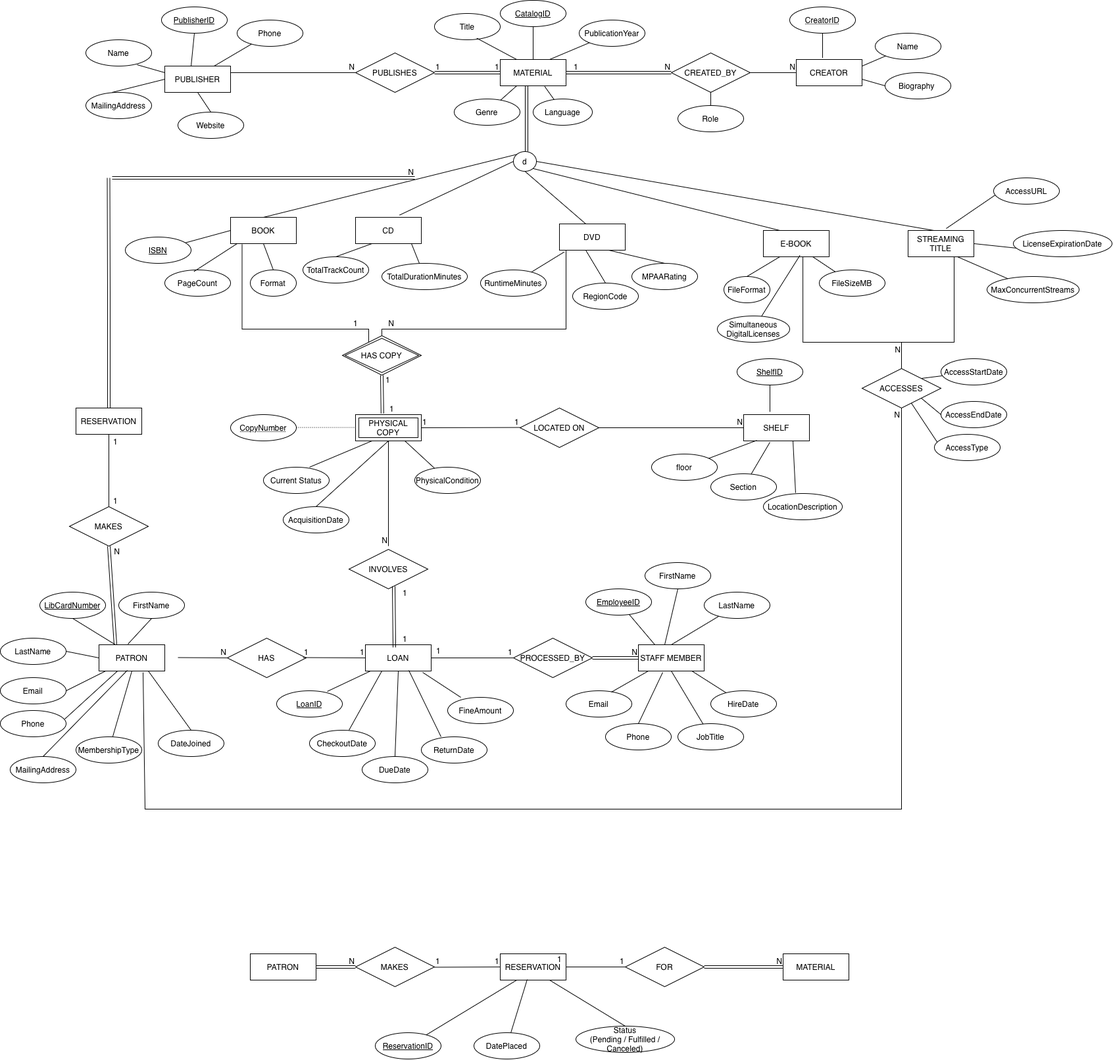
Before: Untitled Diagram.drawio.png, a diagram exported from draw.io (nifemiolayiwola/ER-diagram). Source tidied: cells renumbered, new cells last; positions are measured from the earlier drawing's top-left corner, leaving out a move shared by most shapes.
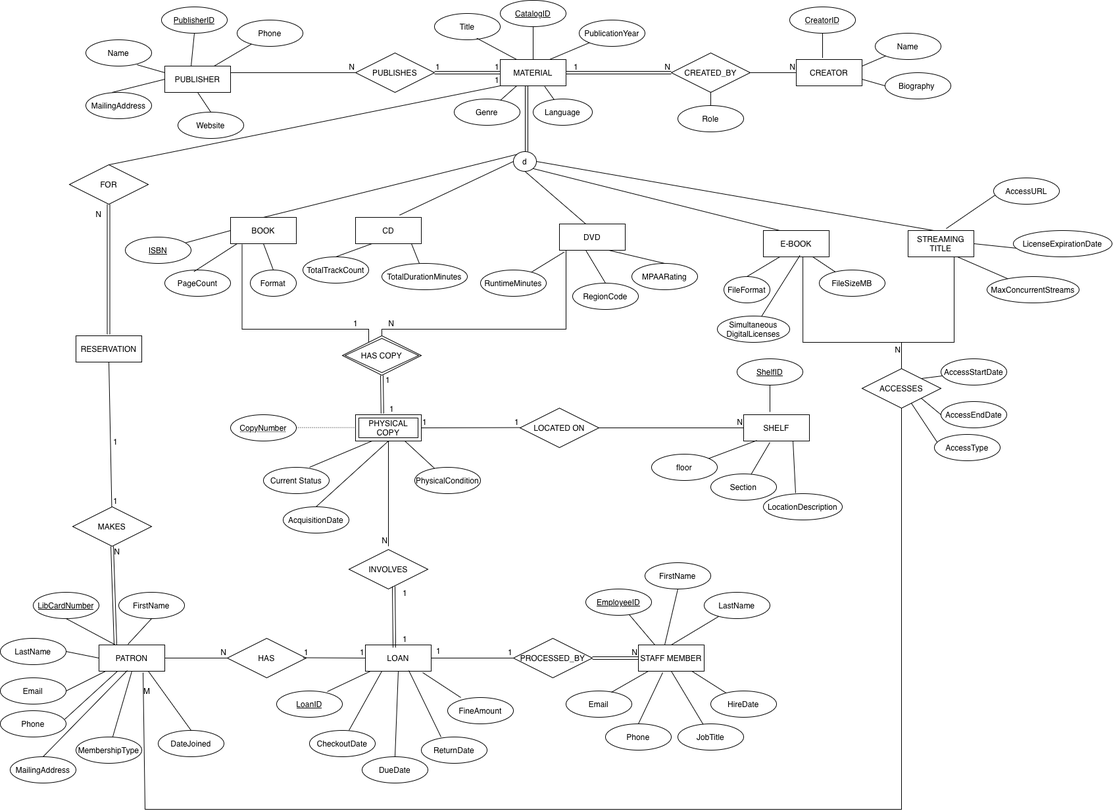
After the change.

Change to the diagram source:
```diff
@@ -424,79 +424,6 @@
     <mxCell id="127" style="edgeStyle=orthogonalEdgeStyle;rounded=0;orthogonalLoop=1;jettySize=auto;html=1;innerLoopWaypoints=1;exitX=0.5;exitY=1;exitDx=0;exitDy=0;" parent="1" edge="1" source="2" target="2">
       <mxGeometry relative="1" as="geometry" />
     </mxCell>
-    <mxCell id="128" style="endArrow=none;html=1;rounded=0;exitX=0.75;exitY=1;exitDx=0;exitDy=0;" parent="1" edge="1" source="130">
-      <mxGeometry relative="1" as="geometry">
-        <mxPoint x="950" y="1560" as="targetPoint" />
-      </mxGeometry>
-    </mxCell>
-    <mxCell id="129" value="PATRON" style="whiteSpace=wrap;html=1;align=center;" parent="1" vertex="1">
-      <mxGeometry x="380" y="1450" width="100" height="40" as="geometry" />
-    </mxCell>
-    <mxCell id="130" value="RESERVATION" style="whiteSpace=wrap;html=1;align=center;" parent="1" vertex="1">
-      <mxGeometry x="760" y="1450" width="100" height="40" as="geometry" />
-    </mxCell>
-    <mxCell id="131" value="MATERIAL" style="whiteSpace=wrap;html=1;align=center;" parent="1" vertex="1">
-      <mxGeometry x="1190" y="1450" width="100" height="40" as="geometry" />
-    </mxCell>
-    <mxCell id="132" value="MAKES" style="shape=rhombus;perimeter=rhombusPerimeter;whiteSpace=wrap;html=1;align=center;" parent="1" vertex="1">
-      <mxGeometry x="540" y="1440" width="120" height="60" as="geometry" />
-    </mxCell>
-    <mxCell id="133" value="FOR" style="shape=rhombus;perimeter=rhombusPerimeter;whiteSpace=wrap;html=1;align=center;" parent="1" vertex="1">
-      <mxGeometry x="950" y="1440" width="120" height="60" as="geometry" />
-    </mxCell>
-    <mxCell id="134" value="Status&lt;div&gt;(Pending / Fulfilled / Canceled)&lt;/div&gt;" style="ellipse;whiteSpace=wrap;html=1;align=center;" parent="1" vertex="1">
-      <mxGeometry x="875" y="1560" width="150" height="40" as="geometry" />
-    </mxCell>
-    <mxCell id="135" value="DatePlaced" style="ellipse;whiteSpace=wrap;html=1;align=center;" parent="1" vertex="1">
-      <mxGeometry x="720" y="1570" width="100" height="40" as="geometry" />
-    </mxCell>
-    <mxCell id="136" value="ReservationID" style="ellipse;whiteSpace=wrap;html=1;align=center;fontStyle=4;" parent="1" vertex="1">
-      <mxGeometry x="570" y="1570" width="100" height="40" as="geometry" />
-    </mxCell>
-    <mxCell id="137" style="endArrow=none;html=1;rounded=0;entryX=0.41;entryY=0.975;entryDx=0;entryDy=0;entryPerimeter=0;" parent="1" edge="1" source="135" target="130">
-      <mxGeometry relative="1" as="geometry" />
-    </mxCell>
-    <mxCell id="138" style="endArrow=none;html=1;rounded=0;entryX=0.25;entryY=1;entryDx=0;entryDy=0;" parent="1" edge="1" source="136" target="130">
-      <mxGeometry relative="1" as="geometry" />
-    </mxCell>
-    <mxCell id="139" style="shape=link;html=1;rounded=0;entryX=0;entryY=0.5;entryDx=0;entryDy=0;" parent="1" edge="1" target="132">
-      <mxGeometry relative="1" as="geometry">
-        <mxPoint x="480" y="1470" as="sourcePoint" />
-      </mxGeometry>
-    </mxCell>
-    <mxCell id="140" value="N" style="html=1;whiteSpace=wrap;align=right;verticalAlign=bottom;" parent="139" vertex="1">
-      <mxGeometry x="1" relative="1" as="geometry" />
-    </mxCell>
-    <mxCell id="141" style="endArrow=none;html=1;rounded=0;exitX=1;exitY=0.5;exitDx=0;exitDy=0;entryX=0;entryY=0.5;entryDx=0;entryDy=0;" parent="1" edge="1" target="130">
-      <mxGeometry relative="1" as="geometry">
-        <mxPoint x="660" y="1470.4" as="sourcePoint" />
-      </mxGeometry>
-    </mxCell>
-    <mxCell id="142" value="1" style="html=1;whiteSpace=wrap;align=right;verticalAlign=bottom;" parent="141" vertex="1">
-      <mxGeometry x="1" relative="1" as="geometry" />
-    </mxCell>
-    <mxCell id="143" value="1" style="html=1;whiteSpace=wrap;align=right;verticalAlign=bottom;" parent="1" vertex="1">
-      <mxGeometry x="670" y="1470" as="geometry" />
-    </mxCell>
-    <mxCell id="144" style="endArrow=none;html=1;rounded=0;entryX=0;entryY=0.5;entryDx=0;entryDy=0;exitX=1;exitY=0.5;exitDx=0;exitDy=0;" parent="1" edge="1" source="130" target="133">
-      <mxGeometry relative="1" as="geometry" />
-    </mxCell>
-    <mxCell id="145" value="1" style="html=1;whiteSpace=wrap;align=right;verticalAlign=bottom;" parent="144" vertex="1">
-      <mxGeometry x="1" relative="1" as="geometry" />
-    </mxCell>
-    <mxCell id="146" value="1" style="html=1;whiteSpace=wrap;align=right;verticalAlign=bottom;" parent="1" vertex="1">
-      <mxGeometry x="860" y="1450" as="geometry">
-        <mxPoint x="-5" y="17" as="offset" />
-      </mxGeometry>
-    </mxCell>
-    <mxCell id="147" style="shape=link;html=1;rounded=0;exitX=1;exitY=0.5;exitDx=0;exitDy=0;" parent="1" edge="1" source="133">
-      <mxGeometry relative="1" as="geometry">
-        <mxPoint x="1190" y="1470" as="targetPoint" />
-      </mxGeometry>
-    </mxCell>
-    <mxCell id="148" value="N" style="html=1;whiteSpace=wrap;align=right;verticalAlign=bottom;" parent="147" vertex="1">
-      <mxGeometry x="1" relative="1" as="geometry" />
-    </mxCell>
     <mxCell id="149" value="FirstName" style="ellipse;whiteSpace=wrap;html=1;align=center;" parent="1" vertex="1">
       <mxGeometry x="180" y="900" width="100" height="40" as="geometry" />
     </mxCell>
@@ -522,7 +449,7 @@
       <mxGeometry x="150" y="980" width="100" height="40" as="geometry" />
     </mxCell>
     <mxCell id="157" value="LibCardNumber" style="ellipse;whiteSpace=wrap;html=1;align=center;fontStyle=4;" parent="1" vertex="1">
-      <mxGeometry x="60" y="900" width="100" height="40" as="geometry" />
+      <mxGeometry x="50" y="900" width="100" height="40" as="geometry" />
     </mxCell>
     <mxCell id="158" style="endArrow=none;html=1;rounded=0;entryX=0;entryY=0.5;entryDx=0;entryDy=0;exitX=1;exitY=0.5;exitDx=0;exitDy=0;" parent="1" edge="1" source="155" target="156">
       <mxGeometry relative="1" as="geometry" />
@@ -595,10 +522,8 @@
     <mxCell id="178" value="1" style="html=1;whiteSpace=wrap;align=right;verticalAlign=bottom;" parent="177" vertex="1">
       <mxGeometry x="1" relative="1" as="geometry" />
     </mxCell>
-    <mxCell id="179" style="endArrow=none;html=1;rounded=0;entryX=0;entryY=0.5;entryDx=0;entryDy=0;" parent="1" edge="1" target="125">
-      <mxGeometry relative="1" as="geometry">
-        <mxPoint x="270" y="999.5" as="sourcePoint" />
-      </mxGeometry>
+    <mxCell id="179" style="endArrow=none;html=1;rounded=0;entryX=0;entryY=0.5;entryDx=0;entryDy=0;exitX=1;exitY=0.5;exitDx=0;exitDy=0;" parent="1" edge="1" source="156" target="125">
+      <mxGeometry relative="1" as="geometry" />
     </mxCell>
     <mxCell id="180" value="N" style="html=1;whiteSpace=wrap;align=right;verticalAlign=bottom;" parent="179" vertex="1">
       <mxGeometry x="1" relative="1" as="geometry" />
@@ -718,8 +643,8 @@
     <mxCell id="211" style="endArrow=none;html=1;rounded=0;entryX=0;entryY=0.5;entryDx=0;entryDy=0;exitX=1;exitY=1;exitDx=0;exitDy=0;" parent="1" edge="1" source="204" target="206">
       <mxGeometry relative="1" as="geometry" />
     </mxCell>
-    <mxCell id="212" value="N" style="html=1;whiteSpace=wrap;align=right;verticalAlign=bottom;" parent="1" vertex="1">
-      <mxGeometry x="1355" y="670" as="geometry">
+    <mxCell id="212" value="M" style="html=1;whiteSpace=wrap;align=right;verticalAlign=bottom;" parent="1" vertex="1">
+      <mxGeometry x="215" y="1090" as="geometry">
         <mxPoint x="14" y="-31" as="offset" />
       </mxGeometry>
     </mxCell>
@@ -727,25 +652,11 @@
       <mxGeometry x="1370" y="540" as="geometry" />
     </mxCell>
     <mxCell id="214" value="MAKES" style="shape=rhombus;perimeter=rhombusPerimeter;whiteSpace=wrap;html=1;align=center;" parent="1" vertex="1">
-      <mxGeometry x="105" y="770" width="120" height="60" as="geometry" />
+      <mxGeometry x="110" y="770" width="120" height="60" as="geometry" />
     </mxCell>
     <mxCell id="215" value="RESERVATION" style="whiteSpace=wrap;html=1;align=center;" parent="1" vertex="1">
-      <mxGeometry x="115" y="620" width="100" height="40" as="geometry" />
+      <mxGeometry x="115" y="510" width="100" height="40" as="geometry" />
     </mxCell>
-    <mxCell id="216" style="shape=link;html=1;rounded=0;edgeStyle=orthogonalEdgeStyle;exitX=0.5;exitY=0;exitDx=0;exitDy=0;" parent="1" edge="1" source="215">
-      <mxGeometry relative="1" as="geometry">
-        <mxPoint x="164.5" y="270" as="targetPoint" />
-      </mxGeometry>
-    </mxCell>
-    <mxCell id="217" style="shape=link;html=1;rounded=0;" parent="1" edge="1">
-      <mxGeometry relative="1" as="geometry">
-        <mxPoint x="170" y="270" as="sourcePoint" />
-        <mxPoint x="630" y="270" as="targetPoint" />
-      </mxGeometry>
-    </mxCell>
-    <mxCell id="218" value="N" style="html=1;whiteSpace=wrap;align=right;verticalAlign=bottom;" parent="217" vertex="1">
-      <mxGeometry x="1" relative="1" as="geometry" />
-    </mxCell>
     <mxCell id="219" style="endArrow=none;html=1;rounded=0;entryX=0.5;entryY=1;entryDx=0;entryDy=0;" parent="1" edge="1" source="214" target="215">
       <mxGeometry relative="1" as="geometry" />
     </mxCell>
@@ -763,5 +674,35 @@
         <mxPoint x="3" y="37" as="offset" />
       </mxGeometry>
     </mxCell>
+    <mxCell id="224" style="shape=link;html=1;rounded=0;exitX=0.36;exitY=-0.05;exitDx=0;exitDy=0;exitPerimeter=0;" parent="1" edge="1">
+      <mxGeometry relative="1" as="geometry">
+        <mxPoint x="164.5" y="508" as="sourcePoint" />
+        <mxPoint x="164.5" y="310" as="targetPoint" />
+      </mxGeometry>
+    </mxCell>
+    <mxCell id="225" value="N" style="html=1;whiteSpace=wrap;align=right;verticalAlign=bottom;" parent="224" vertex="1">
+      <mxGeometry x="1" relative="1" as="geometry" />
+    </mxCell>
+    <mxCell id="133" value="FOR" style="shape=rhombus;perimeter=rhombusPerimeter;whiteSpace=wrap;html=1;align=center;" parent="1" vertex="1">
+      <mxGeometry x="105" y="250" width="120" height="60" as="geometry" />
+    </mxCell>
+    <mxCell id="226" style="html=1;whiteSpace=wrap;align=right;verticalAlign=bottom;" parent="1" vertex="1">
+      <mxGeometry x="105" y="280" as="geometry">
+        <mxPoint y="7" as="offset" />
+      </mxGeometry>
+    </mxCell>
+    <mxCell id="227" style="endArrow=none;html=1;rounded=0;entryX=0;entryY=1;entryDx=0;entryDy=0;" parent="1" edge="1" target="16">
+      <mxGeometry relative="1" as="geometry">
+        <mxPoint x="165" y="250" as="sourcePoint" />
+      </mxGeometry>
+    </mxCell>
+    <mxCell id="228" value="1" style="html=1;whiteSpace=wrap;align=right;verticalAlign=bottom;" parent="227" vertex="1">
+      <mxGeometry x="1" relative="1" as="geometry" />
+    </mxCell>
+    <mxCell id="229" value="N" style="html=1;whiteSpace=wrap;align=right;verticalAlign=bottom;" parent="1" vertex="1">
+      <mxGeometry x="130" y="380" as="geometry">
+        <mxPoint x="25" y="-46" as="offset" />
+      </mxGeometry>
+    </mxCell>
   </root>
 </mxGraphModel>
```
